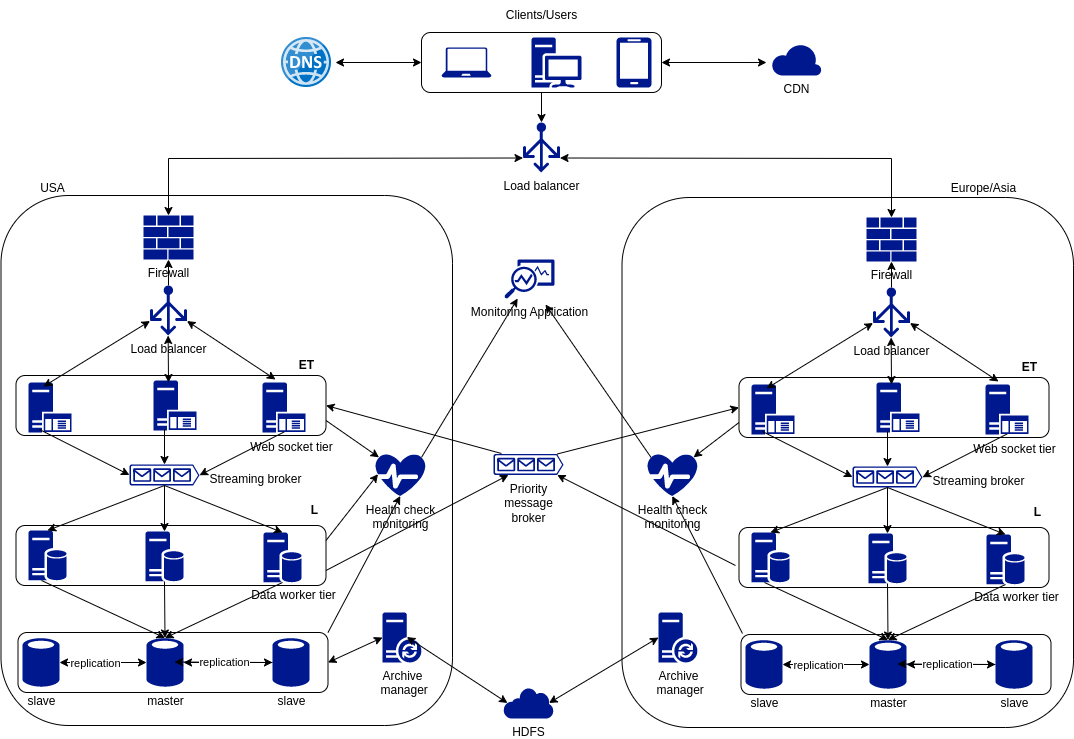
Before: resoures/drawio/HLA_architectural_design_0001.drawio.png, a diagram exported from draw.io (hkravtsov/hla). Source tidied: cells renumbered, new cells last; positions are measured from the earlier drawing's top-left corner, leaving out a move shared by most shapes.
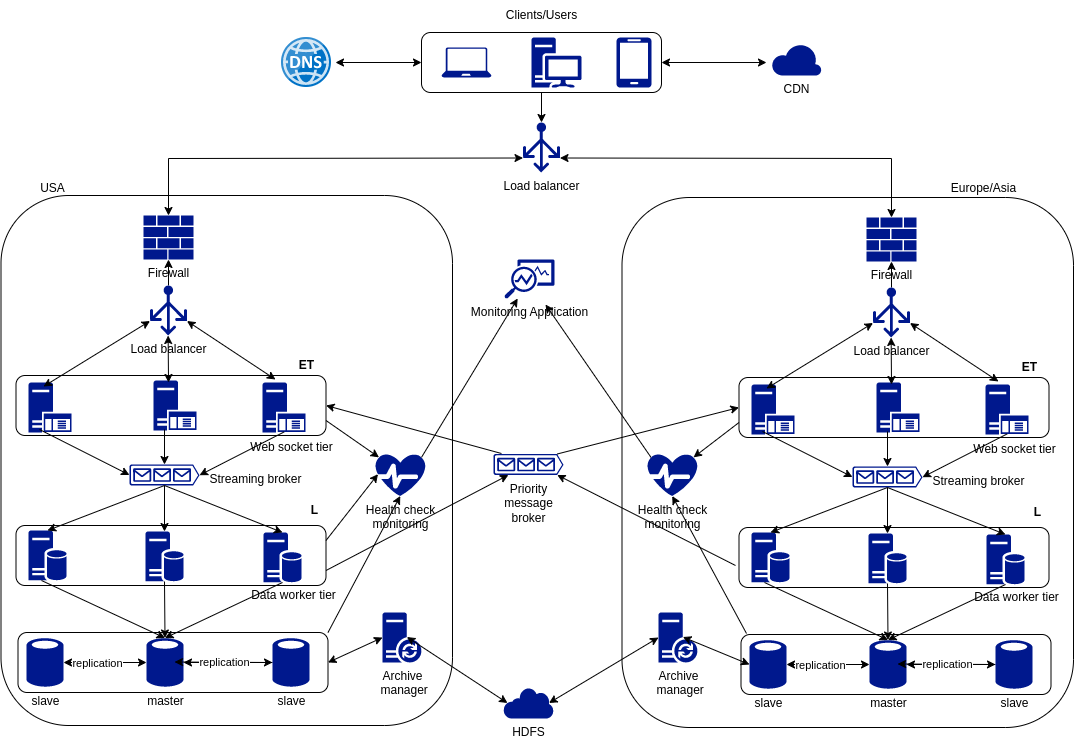
Above is the later version.

The edit, as a diff of the source:
```diff
@@ -130,7 +130,7 @@
       <mxGeometry x="16.5" y="632" width="310" height="60" as="geometry" />
     </mxCell>
     <mxCell id="43" value="slave" style="sketch=0;shadow=0;dashed=0;html=1;strokeColor=none;labelPosition=center;verticalLabelPosition=bottom;verticalAlign=top;align=center;fillColor=#00188D;shape=mxgraph.mscae.enterprise.database_generic;" parent="1" vertex="1">
-      <mxGeometry x="21" y="637" width="37" height="50" as="geometry" />
+      <mxGeometry x="25" y="637" width="37" height="50" as="geometry" />
     </mxCell>
     <mxCell id="44" value="master" style="sketch=0;shadow=0;dashed=0;html=1;strokeColor=none;labelPosition=center;verticalLabelPosition=bottom;verticalAlign=top;align=center;fillColor=#00188D;shape=mxgraph.mscae.enterprise.database_generic;" parent="1" vertex="1">
       <mxGeometry x="145" y="637" width="37" height="50" as="geometry" />
@@ -288,7 +288,7 @@
       <mxGeometry x="739.5" y="634" width="310" height="60" as="geometry" />
     </mxCell>
     <mxCell id="95" value="slave" style="sketch=0;shadow=0;dashed=0;html=1;strokeColor=none;labelPosition=center;verticalLabelPosition=bottom;verticalAlign=top;align=center;fillColor=#00188D;shape=mxgraph.mscae.enterprise.database_generic;" parent="1" vertex="1">
-      <mxGeometry x="744" y="639" width="37" height="50" as="geometry" />
+      <mxGeometry x="748" y="639" width="37" height="50" as="geometry" />
     </mxCell>
     <mxCell id="96" value="master" style="sketch=0;shadow=0;dashed=0;html=1;strokeColor=none;labelPosition=center;verticalLabelPosition=bottom;verticalAlign=top;align=center;fillColor=#00188D;shape=mxgraph.mscae.enterprise.database_generic;" parent="1" vertex="1">
       <mxGeometry x="868" y="639" width="37" height="50" as="geometry" />
@@ -358,5 +358,8 @@
     <mxCell id="115" style="endArrow=classic;html=1;rounded=0;entryX=0;entryY=0.5;entryDx=0;entryDy=0;exitX=0.91;exitY=0;exitDx=0;exitDy=0;exitPerimeter=0;" parent="1" edge="1" source="62" target="71">
       <mxGeometry relative="1" as="geometry" />
     </mxCell>
+    <mxCell id="116" style="endArrow=classic;startArrow=classic;html=1;rounded=0;entryX=0.625;entryY=0.49;entryDx=0;entryDy=0;entryPerimeter=0;exitX=0;exitY=0.5;exitDx=0;exitDy=0;exitPerimeter=0;" parent="1" edge="1" source="95" target="107">
+      <mxGeometry relative="1" as="geometry" />
+    </mxCell>
   </root>
 </mxGraphModel>
```
